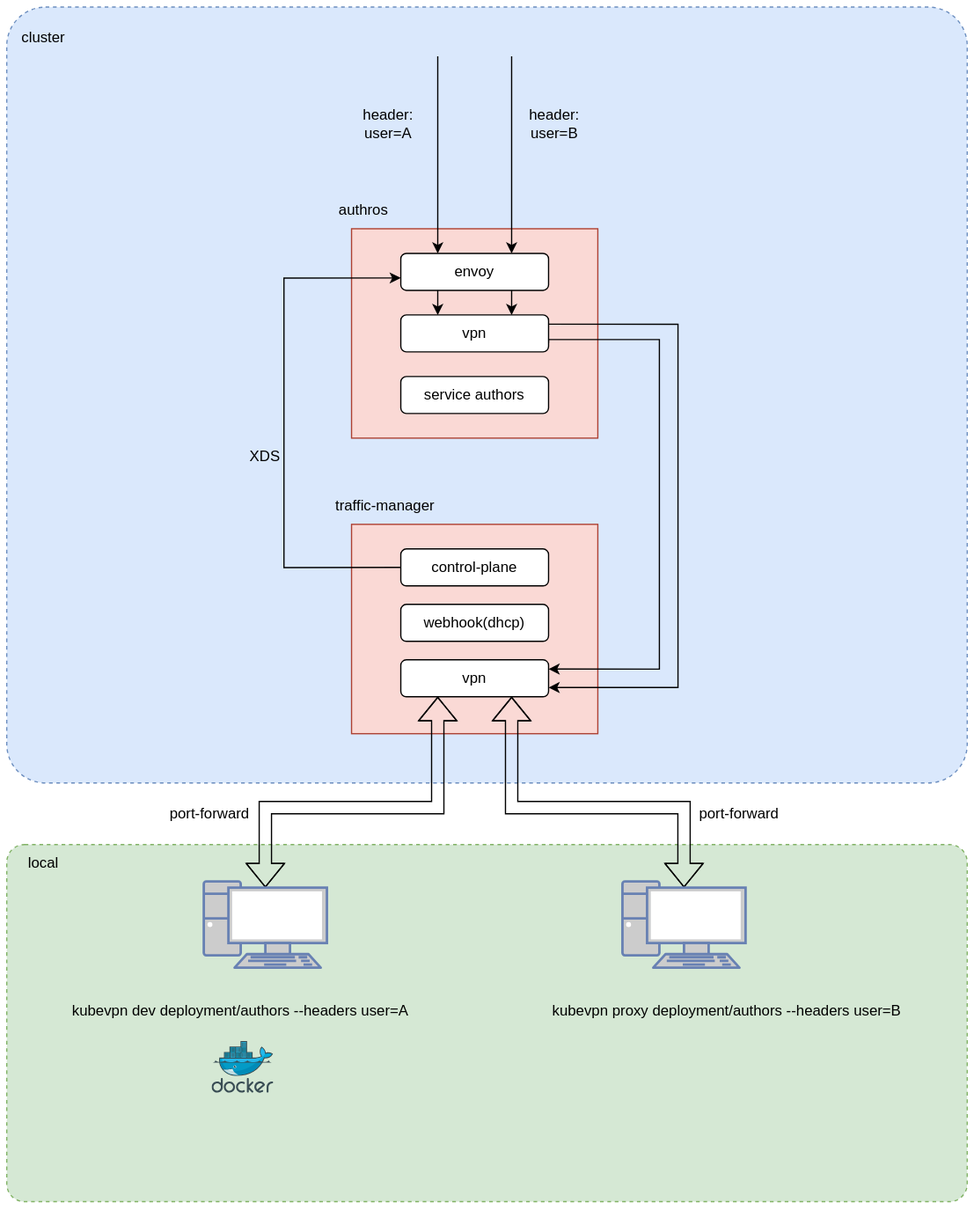
kubenetworks/kubenetworks.github.io keeps this draw.io diagram as docs/architecture/img/dev.svg. Above is the earlier version. Source tidied: cells renumbered, new cells last; positions are measured from the earlier drawing's top-left corner, leaving out a move shared by most shapes.
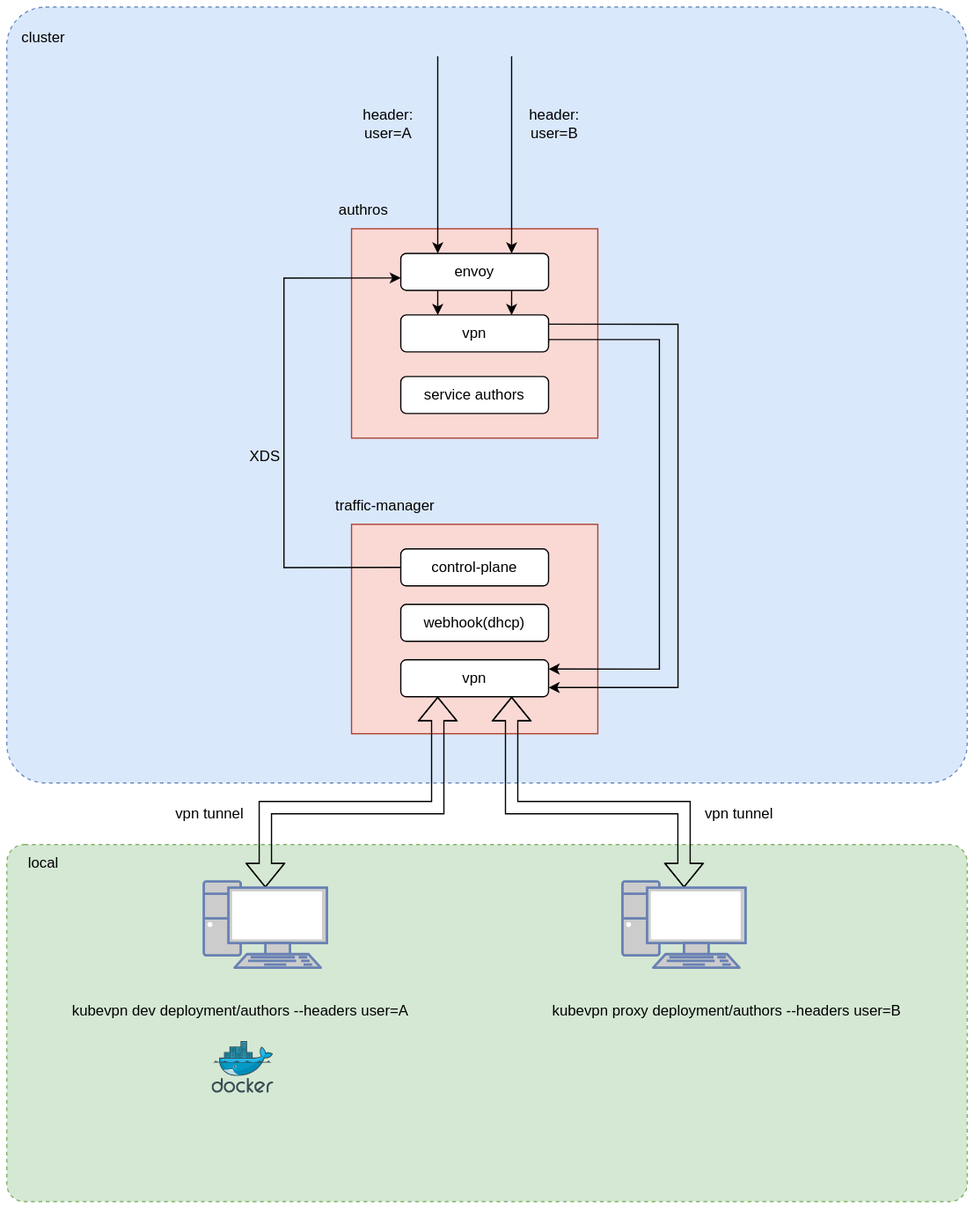
The same diagram one commit later.

Diff of the diagram source:
```diff
@@ -125,10 +125,10 @@
     <mxCell id="32" value="local" style="text;html=1;align=center;verticalAlign=middle;whiteSpace=wrap;rounded=0;" parent="1" vertex="1">
       <mxGeometry y="680" width="60" height="30" as="geometry" />
     </mxCell>
-    <mxCell id="33" value="port-forward" style="text;html=1;align=center;verticalAlign=middle;whiteSpace=wrap;rounded=0;" parent="1" vertex="1">
+    <mxCell id="33" value="vpn tunnel" style="text;html=1;align=center;verticalAlign=middle;whiteSpace=wrap;rounded=0;" parent="1" vertex="1">
       <mxGeometry x="555" y="640" width="80" height="30" as="geometry" />
     </mxCell>
-    <mxCell id="34" value="port-forward" style="text;html=1;align=center;verticalAlign=middle;whiteSpace=wrap;rounded=0;" parent="1" vertex="1">
+    <mxCell id="34" value="vpn tunnel" style="text;html=1;align=center;verticalAlign=middle;whiteSpace=wrap;rounded=0;" parent="1" vertex="1">
       <mxGeometry x="125" y="640" width="80" height="30" as="geometry" />
     </mxCell>
   </root>
```
